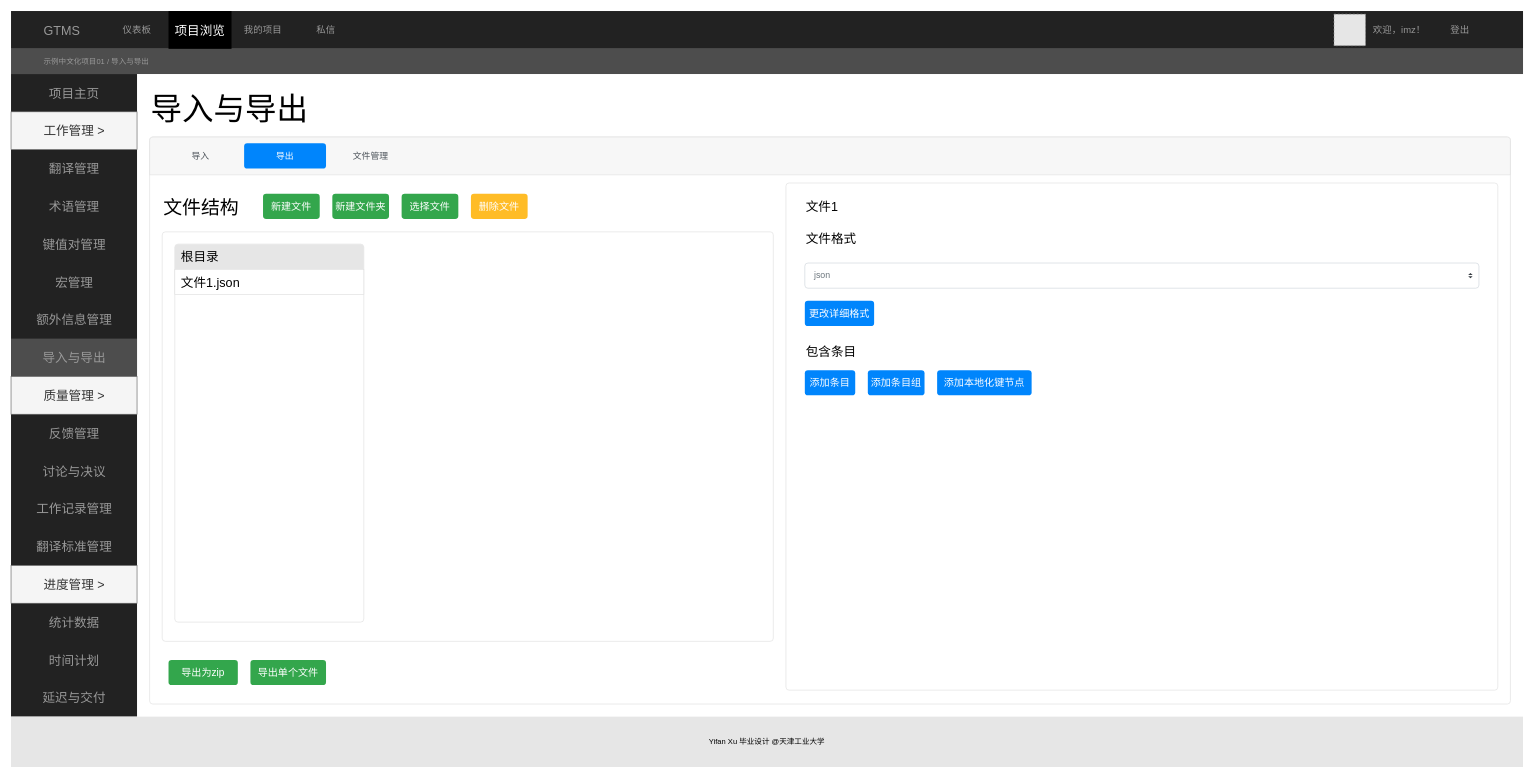
Above: 导入与导出界面.drawio in icemeowzhi/bach_final_diags (draw.io), before the change. Source tidied: cells renumbered, new cells numbered last; positions are measured from the earlier drawing's top-left corner, leaving out a move shared by most shapes. Both pictures are drawn from the tidied source at 63%, with x=0, y=0 at pixel (11, 11). Pictures stored in the file or linked from it are replaced by grey dashed boxes.
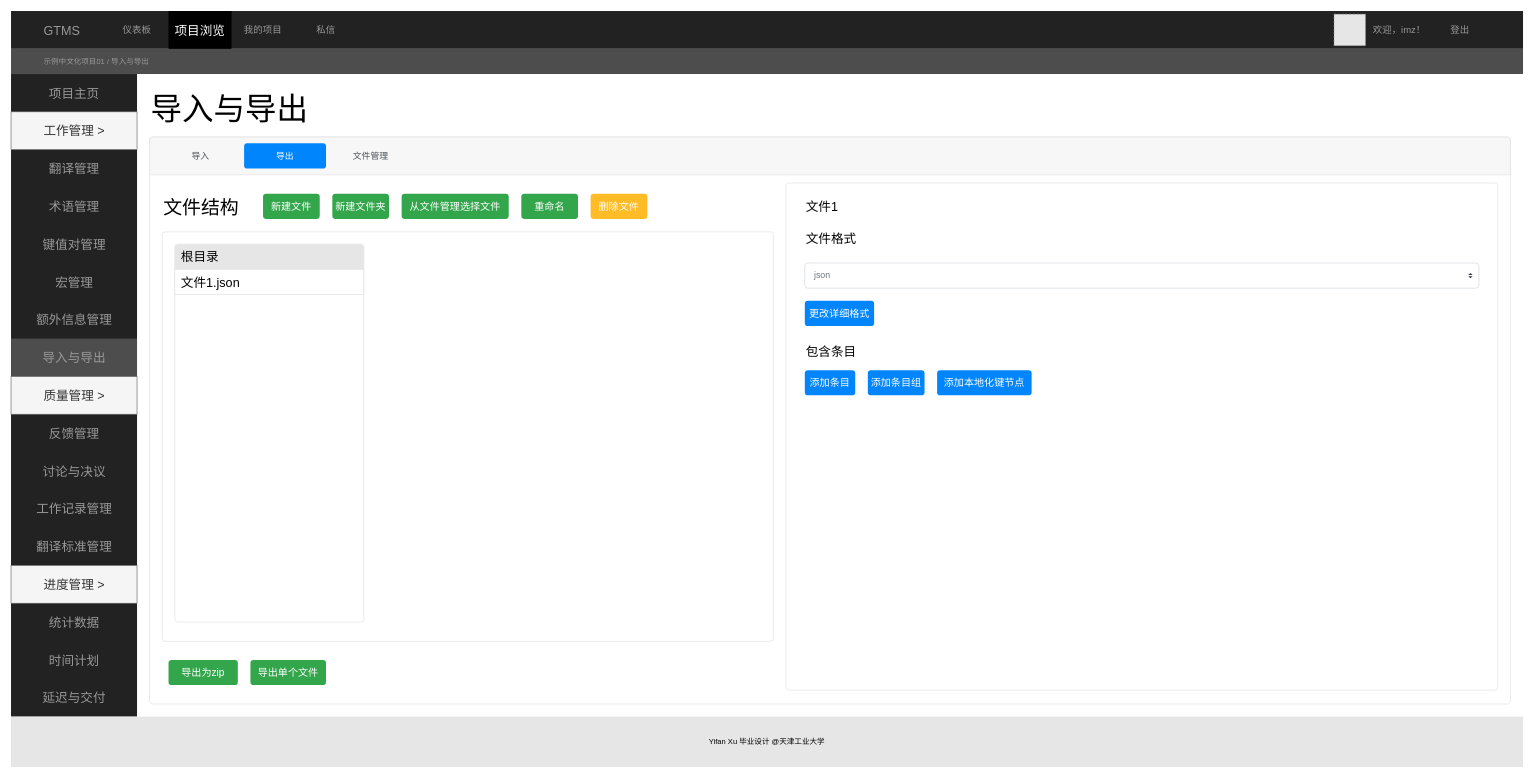
After the change.

Commit message:
更新导入与导出界面.drawio

The change refers to these unchanged cells:
```xml
<mxCell id="33" style="html=1;shadow=0;dashed=0;shape=mxgraph.bootstrap.rrect;rSize=5;strokeColor=#DFDFDF;html=1;whiteSpace=wrap;fillColor=#FFFFFF;fontColor=#000000;" parent="1" vertex="1">
  <mxGeometry x="220" y="200" width="2160" height="900" as="geometry" />
</mxCell>
```

The edit, as a diff of the source:
```diff
@@
     <mxCell id="41" value="删除文件" style="html=1;shadow=0;dashed=0;shape=mxgraph.bootstrap.rrect;rSize=5;strokeColor=none;strokeWidth=1;fillColor=#FFBC26;fontColor=#FFFFFF;whiteSpace=wrap;align=center;verticalAlign=middle;spacingLeft=0;fontStyle=0;fontSize=16;spacing=5;" parent="33" vertex="1">
-      <mxGeometry x="510" y="90" width="90" height="40" as="geometry" />
+      <mxGeometry x="700" y="90" width="90" height="40" as="geometry" />
     </mxCell>
@@
-    <mxCell id="45" value="选择文件" style="html=1;shadow=0;dashed=0;shape=mxgraph.bootstrap.rrect;rSize=5;strokeColor=none;strokeWidth=1;fillColor=#33A64C;fontColor=#FFFFFF;whiteSpace=wrap;align=center;verticalAlign=middle;spacingLeft=0;fontStyle=0;fontSize=16;spacing=5;" parent="33" vertex="1">
-      <mxGeometry x="400" y="90" width="90" height="40" as="geometry" />
+    <mxCell id="45" value="从文件管理选择文件" style="html=1;shadow=0;dashed=0;shape=mxgraph.bootstrap.rrect;rSize=5;strokeColor=none;strokeWidth=1;fillColor=#33A64C;fontColor=#FFFFFF;whiteSpace=wrap;align=center;verticalAlign=middle;spacingLeft=0;fontStyle=0;fontSize=16;spacing=5;" parent="33" vertex="1">
+      <mxGeometry x="400" y="90" width="170" height="40" as="geometry" />
     </mxCell>
@@
+    <mxCell id="60" value="重命名" style="html=1;shadow=0;dashed=0;shape=mxgraph.bootstrap.rrect;rSize=5;strokeColor=none;strokeWidth=1;fillColor=#33A64C;fontColor=#FFFFFF;whiteSpace=wrap;align=center;verticalAlign=middle;spacingLeft=0;fontStyle=0;fontSize=16;spacing=5;" parent="33" vertex="1">
+      <mxGeometry x="590" y="90" width="90" height="40" as="geometry" />
+    </mxCell>
```
